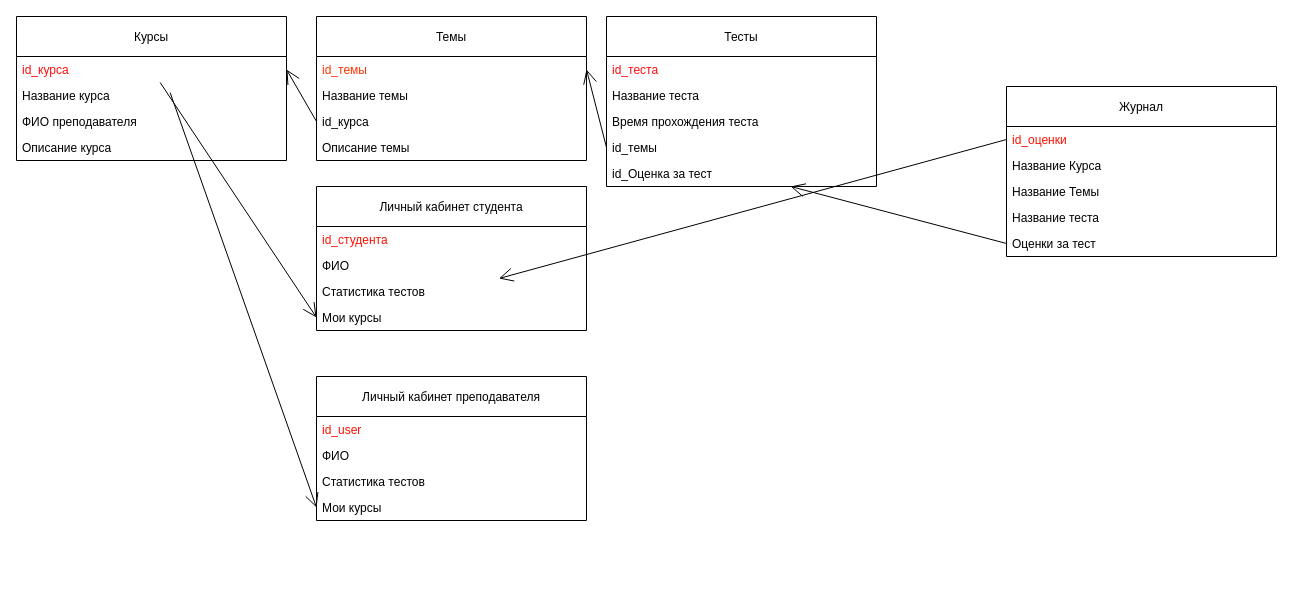
Earlier version of the draw.io diagram page "DB" (2 of 4) of UML.drawio (FaridunSalimzoda/myvkr). Source tidied: cells renumbered, new cells numbered last; positions are measured from the earlier drawing's top-left corner, leaving out a move shared by most shapes. Both pictures are drawn from the tidied source at 100%, with x=0, y=0 at pixel (16, 16).
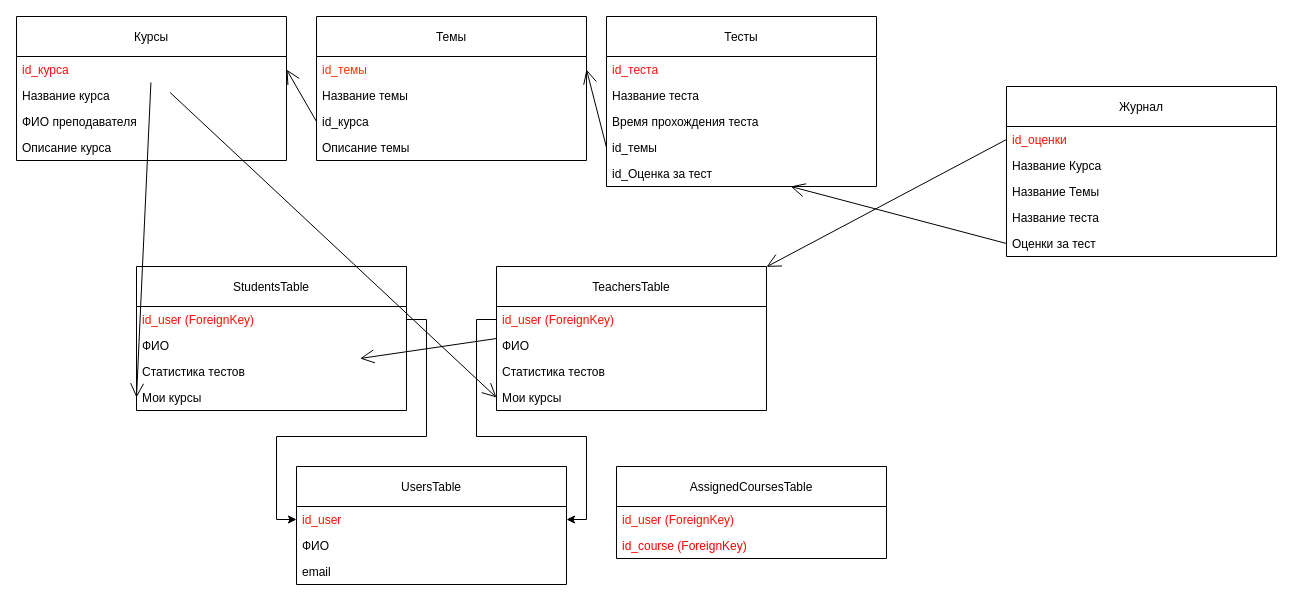
After the change.

Unchanged cells that the change refers to:
```xml
<mxCell id="27" value="Статистика тестов" style="text;strokeColor=none;fillColor=none;align=left;verticalAlign=top;spacingLeft=4;spacingRight=4;overflow=hidden;points=[[0,0.5],[1,0.5]];portConstraint=eastwest;" parent="24" vertex="1">
  <mxGeometry y="92" width="270" height="26" as="geometry" />
</mxCell>
<mxCell id="30" value="id_оценки" style="text;strokeColor=none;fillColor=none;align=left;verticalAlign=top;spacingLeft=4;spacingRight=4;overflow=hidden;points=[[0,0.5],[1,0.5]];portConstraint=eastwest;fontColor=#FF1100;" parent="29" vertex="1">
  <mxGeometry y="40" width="270" height="26" as="geometry" />
</mxCell>
```

Diff of the diagram source:
```diff
@@
-    <mxCell id="19" value="Личный кабинет преподавателя" style="swimlane;fontStyle=0;horizontal=1;startSize=40;fillColor=none;" parent="1" vertex="1">
-      <mxGeometry x="300" y="360" width="270" height="144" as="geometry" />
-    </mxCell>
-    <mxCell id="20" value="id_user" style="text;strokeColor=none;fillColor=none;align=left;verticalAlign=top;spacingLeft=4;spacingRight=4;overflow=hidden;points=[[0,0.5],[1,0.5]];portConstraint=eastwest;fontColor=#FF1100;" parent="19" vertex="1">
-      <mxGeometry y="40" width="270" height="26" as="geometry" />
-    </mxCell>
-    <mxCell id="21" value="ФИО" style="text;strokeColor=none;fillColor=none;align=left;verticalAlign=top;spacingLeft=4;spacingRight=4;overflow=hidden;" parent="19" vertex="1">
-      <mxGeometry y="66" width="270" height="26" as="geometry" />
-    </mxCell>
-    <mxCell id="22" value="Статистика тестов" style="text;strokeColor=none;fillColor=none;align=left;verticalAlign=top;spacingLeft=4;spacingRight=4;overflow=hidden;" parent="19" vertex="1">
-      <mxGeometry y="92" width="270" height="26" as="geometry" />
-    </mxCell>
-    <mxCell id="23" value="Мои курсы" style="text;strokeColor=none;fillColor=none;align=left;verticalAlign=top;spacingLeft=4;spacingRight=4;overflow=hidden;points=[[0,0.5],[1,0.5]];portConstraint=eastwest;" parent="19" vertex="1">
-      <mxGeometry y="118" width="270" height="26" as="geometry" />
-    </mxCell>
-    <mxCell id="24" value="Личный кабинет студента" style="swimlane;fontStyle=0;horizontal=1;startSize=40;fillColor=none;" parent="1" vertex="1">
-      <mxGeometry x="300" y="170" width="270" height="144" as="geometry" />
+    <mxCell id="24" value="StudentsTable" style="swimlane;fontStyle=0;horizontal=1;startSize=40;fillColor=none;" parent="1" vertex="1">
+      <mxGeometry x="120" y="250" width="270" height="144" as="geometry" />
     </mxCell>
-    <mxCell id="25" value="id_студента" style="text;strokeColor=none;fillColor=none;align=left;verticalAlign=top;spacingLeft=4;spacingRight=4;overflow=hidden;points=[[0,0.5],[1,0.5]];portConstraint=eastwest;fontColor=#FF1100;" parent="24" vertex="1">
+    <mxCell id="25" value="id_user (ForeignKey)" style="text;strokeColor=none;fillColor=none;align=left;verticalAlign=top;spacingLeft=4;spacingRight=4;overflow=hidden;points=[[0,0.5],[1,0.5]];portConstraint=eastwest;fontColor=#FF1100;" parent="24" vertex="1">
       <mxGeometry y="40" width="270" height="26" as="geometry" />
     </mxCell>
@@
-    <mxCell id="37" style="endArrow=open;endFill=1;endSize=12;html=1;fontColor=#FF1100;exitX=0;exitY=0.5;exitDx=0;exitDy=0;" parent="1" edge="1" source="30" target="27">
+    <mxCell id="37" style="endArrow=open;endFill=1;endSize=12;html=1;fontColor=#FF1100;exitX=0;exitY=0.5;exitDx=0;exitDy=0;" parent="1" edge="1" source="19" target="27">
       <mxGeometry relative="1" as="geometry" />
     </mxCell>
@@
+    <mxCell id="40" value="UsersTable" style="swimlane;fontStyle=0;horizontal=1;startSize=40;fillColor=none;" parent="1" vertex="1">
+      <mxGeometry x="280" y="450" width="270" height="118" as="geometry" />
+    </mxCell>
+    <mxCell id="41" value="id_user" style="text;strokeColor=none;fillColor=none;align=left;verticalAlign=top;spacingLeft=4;spacingRight=4;overflow=hidden;points=[[0,0.5],[1,0.5]];portConstraint=eastwest;fontColor=#FF1100;" parent="40" vertex="1">
+      <mxGeometry y="40" width="270" height="26" as="geometry" />
+    </mxCell>
+    <mxCell id="42" value="ФИО" style="text;strokeColor=none;fillColor=none;align=left;verticalAlign=top;spacingLeft=4;spacingRight=4;overflow=hidden;" parent="40" vertex="1">
+      <mxGeometry y="66" width="270" height="26" as="geometry" />
+    </mxCell>
+    <mxCell id="43" value="email" style="text;strokeColor=none;fillColor=none;align=left;verticalAlign=top;spacingLeft=4;spacingRight=4;overflow=hidden;" parent="40" vertex="1">
+      <mxGeometry y="92" width="270" height="26" as="geometry" />
+    </mxCell>
+    <mxCell id="19" value="TeachersTable" style="swimlane;fontStyle=0;horizontal=1;startSize=40;fillColor=none;" parent="1" vertex="1">
+      <mxGeometry x="480" y="250" width="270" height="144" as="geometry" />
+    </mxCell>
+    <mxCell id="20" value="id_user (ForeignKey)" style="text;strokeColor=none;fillColor=none;align=left;verticalAlign=top;spacingLeft=4;spacingRight=4;overflow=hidden;points=[[0,0.5],[1,0.5]];portConstraint=eastwest;fontColor=#FF1100;" parent="19" vertex="1">
+      <mxGeometry y="40" width="270" height="26" as="geometry" />
+    </mxCell>
+    <mxCell id="21" value="ФИО" style="text;strokeColor=none;fillColor=none;align=left;verticalAlign=top;spacingLeft=4;spacingRight=4;overflow=hidden;" parent="19" vertex="1">
+      <mxGeometry y="66" width="270" height="26" as="geometry" />
+    </mxCell>
+    <mxCell id="22" value="Статистика тестов" style="text;strokeColor=none;fillColor=none;align=left;verticalAlign=top;spacingLeft=4;spacingRight=4;overflow=hidden;" parent="19" vertex="1">
+      <mxGeometry y="92" width="270" height="26" as="geometry" />
+    </mxCell>
+    <mxCell id="23" value="Мои курсы" style="text;strokeColor=none;fillColor=none;align=left;verticalAlign=top;spacingLeft=4;spacingRight=4;overflow=hidden;points=[[0,0.5],[1,0.5]];portConstraint=eastwest;" parent="19" vertex="1">
+      <mxGeometry y="118" width="270" height="26" as="geometry" />
+    </mxCell>
+    <mxCell id="44" style="endArrow=open;endFill=1;endSize=12;html=1;fontColor=#FF1100;exitX=0;exitY=0.5;exitDx=0;exitDy=0;" parent="1" edge="1" source="30" target="19">
+      <mxGeometry relative="1" as="geometry" />
+    </mxCell>
+    <mxCell id="45" style="edgeStyle=orthogonalEdgeStyle;rounded=0;jettySize=auto;html=1;exitX=0;exitY=0.5;exitDx=0;exitDy=0;entryX=1;entryY=0.5;entryDx=0;entryDy=0;" parent="1" edge="1" source="20" target="41">
+      <mxGeometry relative="1" as="geometry">
+        <Array as="points">
+          <mxPoint x="460" y="303" />
+          <mxPoint x="460" y="420" />
+          <mxPoint x="570" y="420" />
+          <mxPoint x="570" y="503" />
+        </Array>
+      </mxGeometry>
+    </mxCell>
+    <mxCell id="46" style="edgeStyle=orthogonalEdgeStyle;rounded=0;jettySize=auto;html=1;exitX=1;exitY=0.5;exitDx=0;exitDy=0;entryX=0;entryY=0.5;entryDx=0;entryDy=0;" parent="1" edge="1" source="25" target="41">
+      <mxGeometry relative="1" as="geometry">
+        <Array as="points">
+          <mxPoint x="410" y="303" />
+          <mxPoint x="410" y="420" />
+          <mxPoint x="260" y="420" />
+          <mxPoint x="260" y="503" />
+        </Array>
+      </mxGeometry>
+    </mxCell>
+    <mxCell id="47" value="AssignedCoursesTable" style="swimlane;fontStyle=0;horizontal=1;startSize=40;fillColor=none;" parent="1" vertex="1">
+      <mxGeometry x="600" y="450" width="270" height="92" as="geometry" />
+    </mxCell>
+    <mxCell id="48" value="id_user (ForeignKey)" style="text;strokeColor=none;fillColor=none;align=left;verticalAlign=top;spacingLeft=4;spacingRight=4;overflow=hidden;fontColor=#FF1100;" parent="47" vertex="1">
+      <mxGeometry y="40" width="270" height="26" as="geometry" />
+    </mxCell>
+    <mxCell id="49" value="id_course (ForeignKey)" style="text;strokeColor=none;fillColor=none;align=left;verticalAlign=top;spacingLeft=4;spacingRight=4;overflow=hidden;fontColor=#FF0000;" parent="47" vertex="1">
+      <mxGeometry y="66" width="270" height="26" as="geometry" />
+    </mxCell>
```
